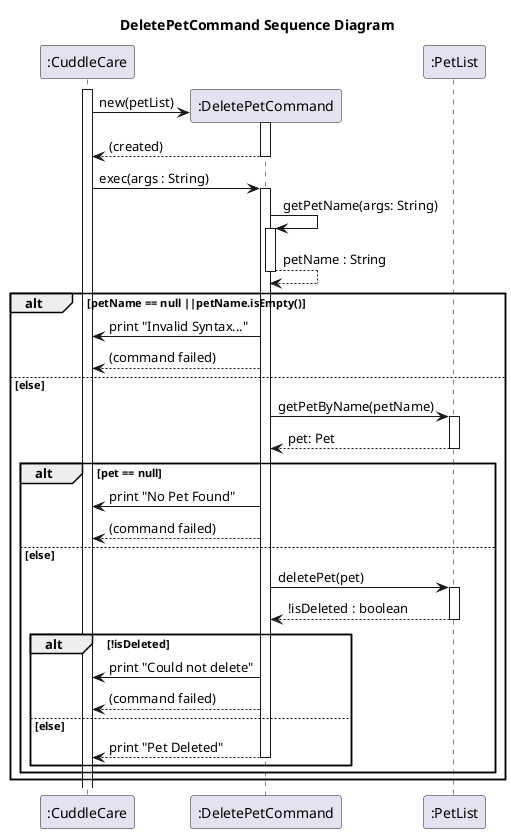
Earlier version of the PlantUML export docs/diagrams/DeletePetCommand_Sequence_Diagram.png (Kevin88866/tp).
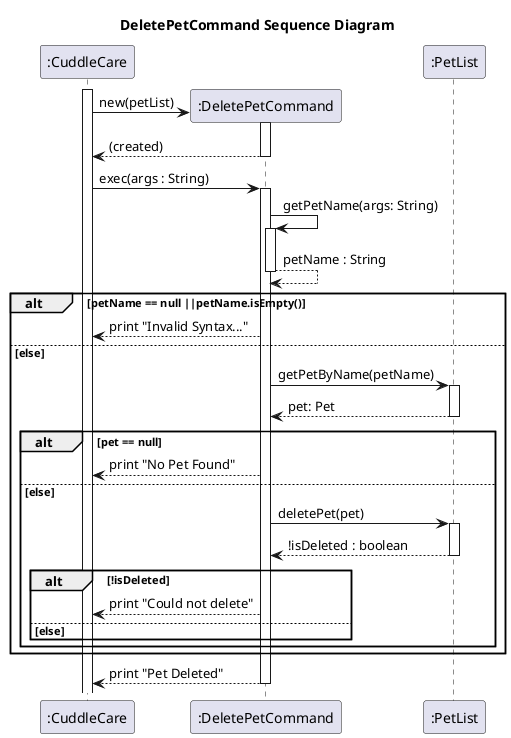
Later version of the same file.

Commit message:
Fixed DeletePetCommand Sequence Diagram

Fixed double return in DeletePetCommand Sequence Diagram (#198)

Change to the diagram source:
```diff
@@ -19,8 +19,7 @@
 return petName : String
 
 alt petName == null ||petName.isEmpty()
-    DeletePetCommand -> CuddleCare : print "Invalid Syntax..."
-    DeletePetCommand --> CuddleCare : (command failed)
+    DeletePetCommand --> CuddleCare : print "Invalid Syntax..."
 
 else else
     DeletePetCommand -> PetList : getPetByName(petName)
@@ -28,8 +27,7 @@
     return pet: Pet
 
     alt pet == null
-        DeletePetCommand -> CuddleCare : print "No Pet Found"
-        DeletePetCommand --> CuddleCare : (command failed)
+        DeletePetCommand --> CuddleCare : print "No Pet Found"
 
     else else
         DeletePetCommand -> PetList : deletePet(pet)
@@ -37,15 +35,16 @@
         return !isDeleted : boolean
 
         alt !isDeleted
-            DeletePetCommand -> CuddleCare : print "Could not delete"
-            DeletePetCommand --> CuddleCare : (command failed)
+            DeletePetCommand --> CuddleCare : print "Could not delete"
 
         else else
-            return print "Pet Deleted"
+
         end
+
 
     end
 
 end
+            return print "Pet Deleted"
 
 @enduml
```
